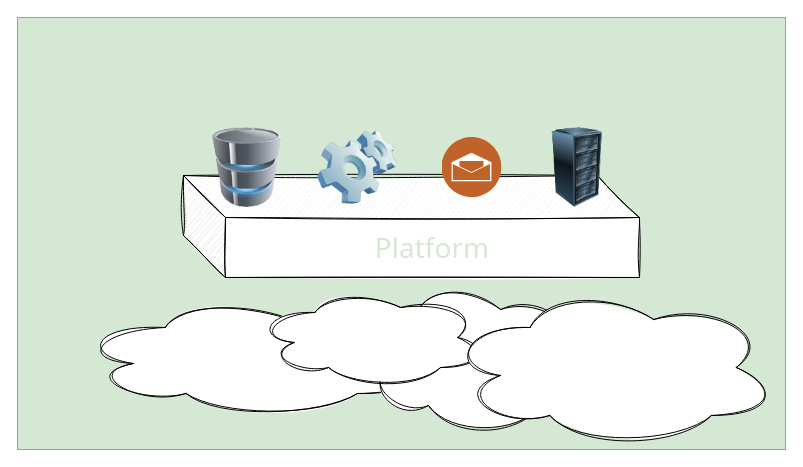
This is assets/drawio/hero-tales_from_startup_and_its_evolving_architecture.drawio from steffenmueller4/steffenmueller4.github.io, a draw.io file, before an edit. Source tidied: cells renumbered, new cells numbered last; positions are measured from the earlier drawing's top-left corner, leaving out a move shared by most shapes. Both pictures are drawn from the tidied source at 100%, with x=0, y=0 at pixel (17, 17). Pictures stored in the file or linked from it are replaced by grey dashed boxes.
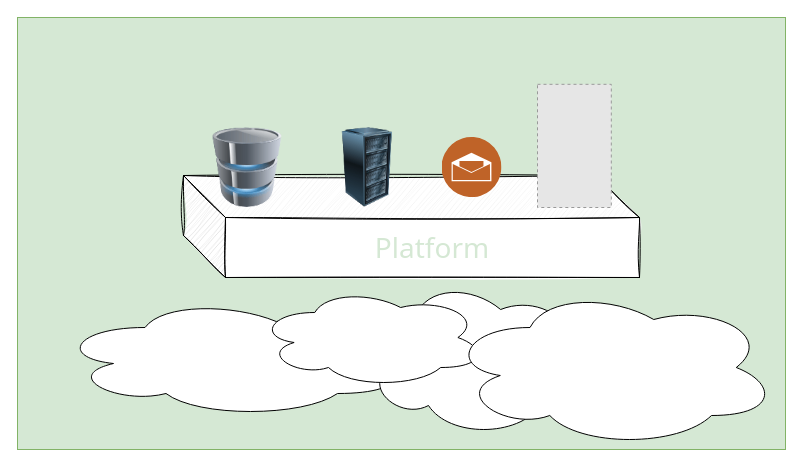
The same page after the edit.

The edit, as a diff of the source:
```diff
@@
 <mxGraphModel>
   <root>
     <mxCell id="0" />
     <mxCell id="1" parent="0" />
     <mxCell id="2" style="rounded=0;whiteSpace=wrap;html=1;imageWidth=200;imageHeight=24;fillColor=#D5E8D4;strokeColor=#82b366;gradientDirection=west;imageAspect=0;" parent="1" vertex="1">
       <mxGeometry width="768" height="432" as="geometry" />
     </mxCell>
     <mxCell id="3" style="shape=cube;whiteSpace=wrap;html=1;boundedLbl=1;backgroundOutline=1;darkOpacity=0.05;darkOpacity2=0.1;size=42;sketch=1;curveFitting=1;jiggle=2;" parent="1" vertex="1">
       <mxGeometry x="166" y="158" width="456" height="102" as="geometry" />
     </mxCell>
-    <mxCell id="4" style="ellipse;shape=cloud;whiteSpace=wrap;html=1;sketch=1;curveFitting=1;jiggle=2;" parent="1" vertex="1">
-      <mxGeometry x="60" y="280" width="350" height="120" as="geometry" />
+    <mxCell id="4" style="ellipse;shape=cloud;whiteSpace=wrap;html=1;" parent="1" vertex="1">
+      <mxGeometry x="40" y="280" width="350" height="120" as="geometry" />
     </mxCell>
-    <mxCell id="5" style="ellipse;shape=cloud;whiteSpace=wrap;html=1;sketch=1;curveFitting=1;jiggle=2;" parent="1" vertex="1">
+    <mxCell id="5" style="ellipse;shape=cloud;whiteSpace=wrap;html=1;" parent="1" vertex="1">
       <mxGeometry x="340" y="260" width="229" height="160" as="geometry" />
     </mxCell>
-    <mxCell id="6" style="ellipse;shape=cloud;whiteSpace=wrap;html=1;sketch=1;curveFitting=1;jiggle=2;" parent="1" vertex="1">
+    <mxCell id="6" style="ellipse;shape=cloud;whiteSpace=wrap;html=1;" parent="1" vertex="1">
       <mxGeometry x="240" y="270" width="229" height="100" as="geometry" />
     </mxCell>
-    <mxCell id="7" style="ellipse;shape=cloud;whiteSpace=wrap;html=1;sketch=1;curveFitting=1;jiggle=2;" parent="1" vertex="1">
+    <mxCell id="7" style="ellipse;shape=cloud;whiteSpace=wrap;html=1;" parent="1" vertex="1">
       <mxGeometry x="430" y="270" width="330" height="160" as="geometry" />
     </mxCell>
     <mxCell id="8" value="Platform" style="text;html=1;strokeColor=none;fillColor=none;align=center;verticalAlign=middle;whiteSpace=wrap;rounded=0;fontColor=#D5E8D4;fontSize=28;fontFamily=Tahoma;shadow=1;" parent="1" vertex="1">
       <mxGeometry x="210" y="200" width="410" height="60" as="geometry" />
     </mxCell>
     <mxCell id="9" style="image;html=1;image=img/lib/clip_art/computers/Database_128x128.png;" parent="1" vertex="1">
       <mxGeometry x="190" y="110" width="80" height="80" as="geometry" />
     </mxCell>
-    <mxCell id="10" style="image;html=1;image=img/lib/clip_art/computers/Software_128x128.png;" parent="1" vertex="1">
-      <mxGeometry x="300" y="110" width="80" height="80" as="geometry" />
-    </mxCell>
     <mxCell id="11" style="image;html=1;image=img/lib/clip_art/computers/Server_Rack_128x128.png;" parent="1" vertex="1">
-      <mxGeometry x="520" y="110" width="80" height="80" as="geometry" />
+      <mxGeometry x="310" y="110" width="80" height="80" as="geometry" />
     </mxCell>
     <mxCell id="12" style="image;perimeter=ellipsePerimeter;html=1;align=center;shadow=0;dashed=0;fontColor=#4277BB;labelBackgroundColor=default;fontSize=12;spacingTop=3;image=img/lib/ibm/social/messaging.svg;" parent="1" vertex="1">
       <mxGeometry x="424.5" y="120" width="60" height="60" as="geometry" />
     </mxCell>
+    <mxCell id="13" style="fillColor=#E6E6E6;strokeColor=#999999;dashed=1;verticalLabelPosition=bottom;labelBackgroundColor=default;verticalAlign=top;" parent="1" vertex="1">
+      <mxGeometry x="520" y="66.8" width="73.8" height="123.2" as="geometry" />
+    </mxCell>
   </root>
 </mxGraphModel>
```
